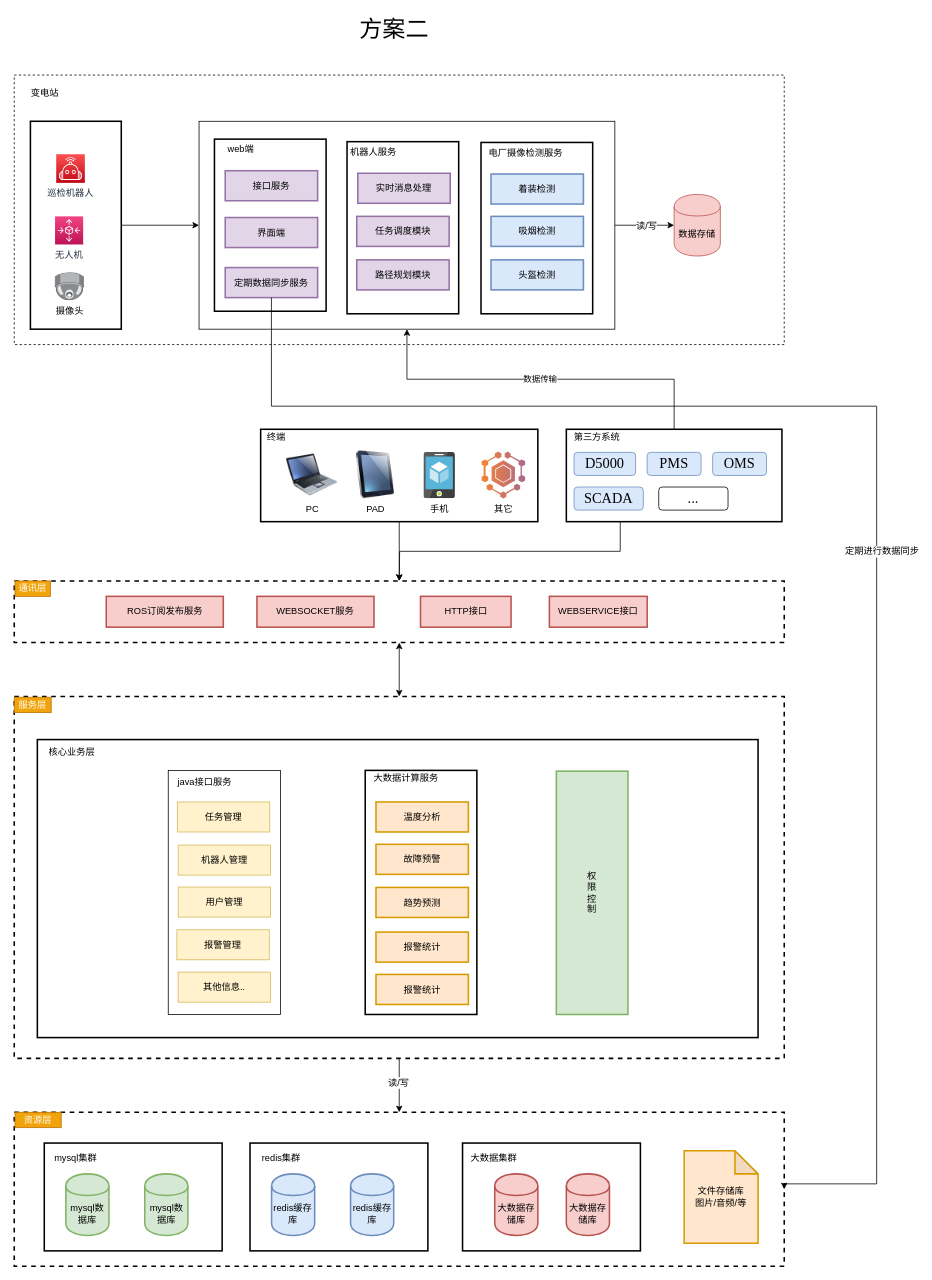
The draw.io diagram ydrobot-framework-v2.1.drawio in wangyufei0807/draw, before the edit. Source tidied: cells renumbered, new cells numbered last; positions are measured from the earlier drawing's top-left corner, leaving out a move shared by most shapes. Both pictures are drawn from the tidied source at 77%, with x=0, y=0 at pixel (14, 13).
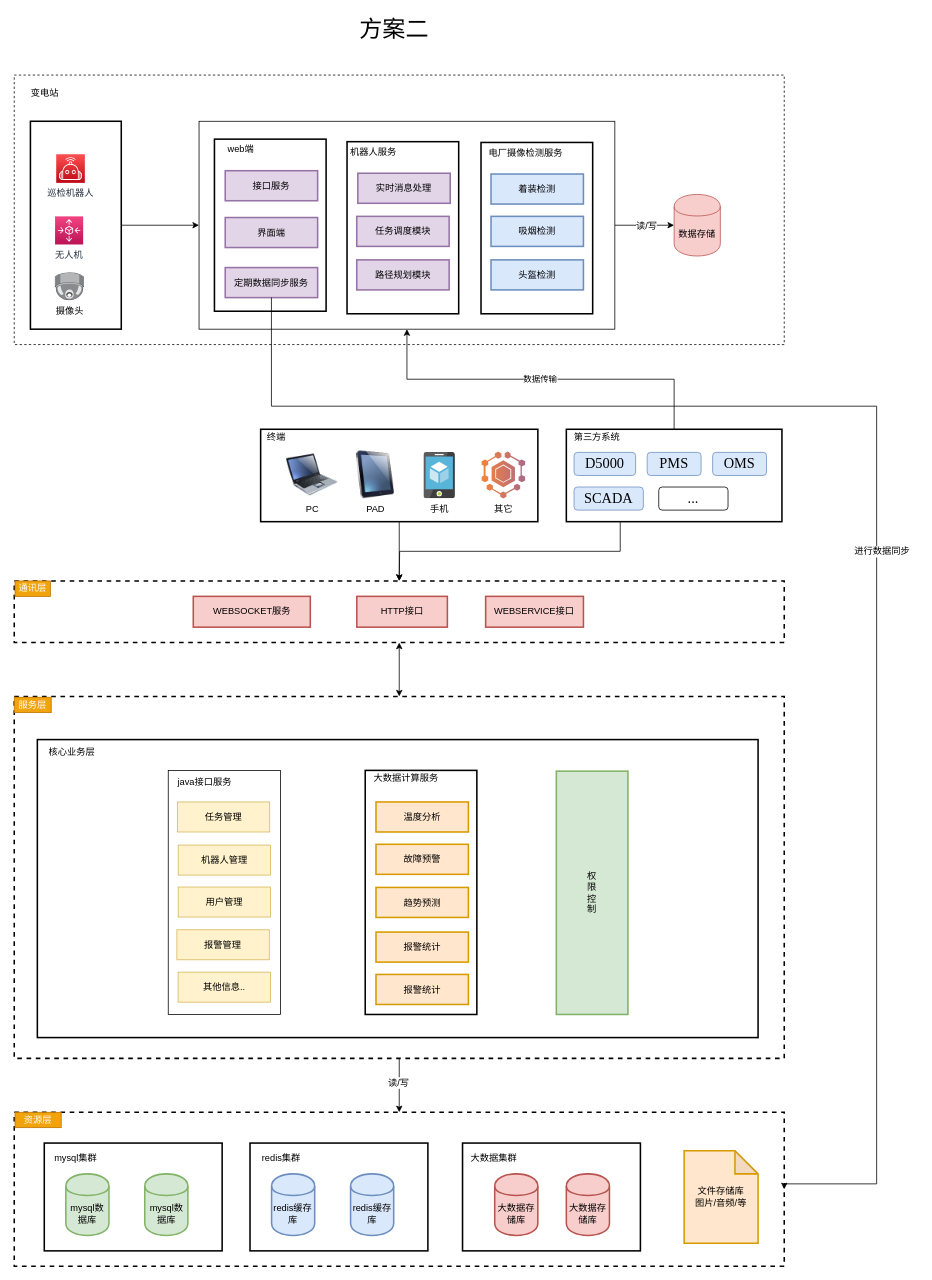
The same diagram, later.

The change refers to these unchanged cells:
```xml
<mxCell id="87" style="edgeStyle=orthogonalEdgeStyle;rounded=0;jettySize=auto;html=1;exitX=0.5;exitY=1;exitDx=0;exitDy=0;entryX=1;entryY=0.5;entryDx=0;entryDy=0;" parent="1" edge="1" source="86" target="10">
  <mxGeometry relative="1" as="geometry">
    <Array as="points">
      <mxPoint x="334" y="510" />
      <mxPoint x="1120" y="510" />
      <mxPoint x="1120" y="1520" />
      <mxPoint x="1000" y="1520" />
    </Array>
  </mxGeometry>
</mxCell>
```

The edit, as a diff of the source:
```diff
@@
     <mxCell id="32" value="HTTP接口" style="rounded=0;whiteSpace=wrap;html=1;labelBackgroundColor=none;strokeWidth=2;fillColor=#f8cecc;strokeColor=#b85450;" parent="1" vertex="1">
-      <mxGeometry x="527.6" y="757" width="117.6" height="40" as="geometry" />
+      <mxGeometry x="444.9" y="757" width="117.6" height="40" as="geometry" />
     </mxCell>
     <mxCell id="33" value="WEBSOCKET服务" style="rounded=0;whiteSpace=wrap;html=1;labelBackgroundColor=none;strokeWidth=2;fillColor=#f8cecc;strokeColor=#b85450;" parent="1" vertex="1">
-      <mxGeometry x="315.2" y="757" width="152" height="40" as="geometry" />
+      <mxGeometry x="232.5" y="757" width="152" height="40" as="geometry" />
     </mxCell>
@@
     <mxCell id="78" value="WEBSERVICE接口" style="rounded=0;whiteSpace=wrap;html=1;labelBackgroundColor=none;strokeWidth=2;fillColor=#f8cecc;strokeColor=#b85450;" parent="1" vertex="1">
-      <mxGeometry x="695" y="757" width="127" height="40" as="geometry" />
+      <mxGeometry x="612.2" y="757" width="127" height="40" as="geometry" />
     </mxCell>
@@
-    <mxCell id="80" value="ROS订阅发布服务" style="rounded=0;whiteSpace=wrap;html=1;labelBackgroundColor=none;strokeWidth=2;fillColor=#f8cecc;strokeColor=#b85450;" parent="1" vertex="1">
-      <mxGeometry x="119.5" y="757" width="152" height="40" as="geometry" />
-    </mxCell>
@@
-    <mxCell id="88" value="定期进行数据同步" style="text;html=1;align=center;verticalAlign=middle;labelBackgroundColor=#ffffff;" parent="87" vertex="1">
+    <mxCell id="88" value="进行数据同步" style="text;html=1;align=center;verticalAlign=middle;labelBackgroundColor=#ffffff;" parent="87" vertex="1">
       <mxGeometry x="0.08" y="6" relative="1" as="geometry" />
     </mxCell>
```
